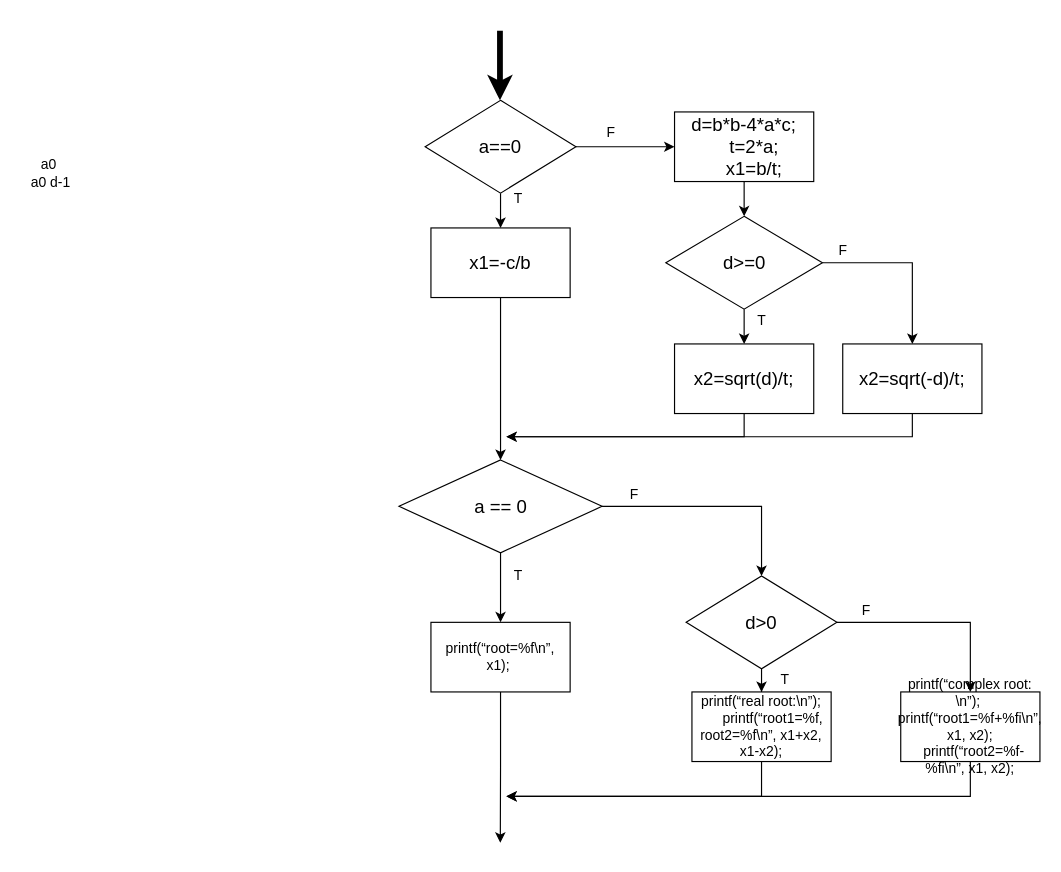
chensiyi0904/draw.io keeps this draw.io diagram as ee.drawio. Above is the earlier version. Source tidied: cells renumbered, new cells numbered last; positions are measured from the earlier drawing's top-left corner, leaving out a move shared by most shapes. Both pictures are drawn from the tidied source at 116%, with x=0, y=0 at pixel (20, 30).
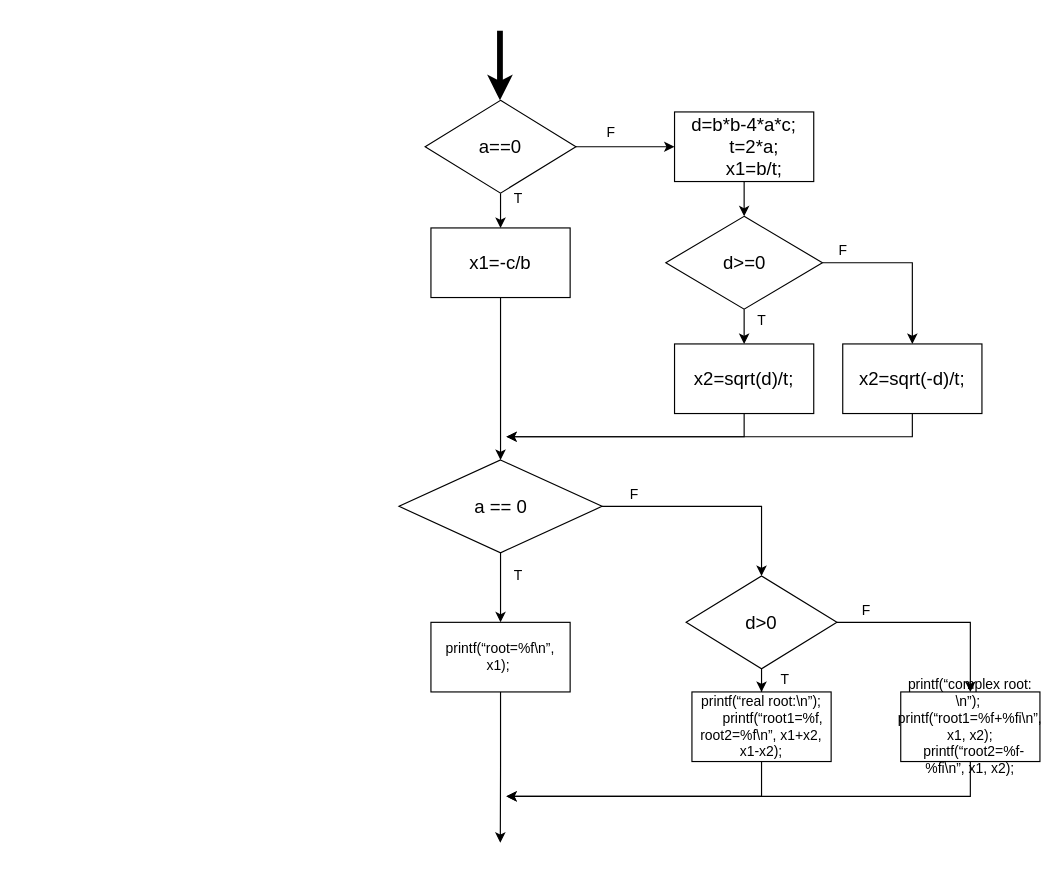
The same page after the edit.

The edit, as a diff of the source:
```diff
@@
-    <mxCell id="37" value="a0&amp;nbsp;&lt;br&gt;a0 d-1" style="text;html=1;align=center;verticalAlign=middle;strokeColor=none;fillColor=none;" parent="1" vertex="1">
-      <mxGeometry y="102" width="52" height="41" as="geometry" />
-    </mxCell>
```
